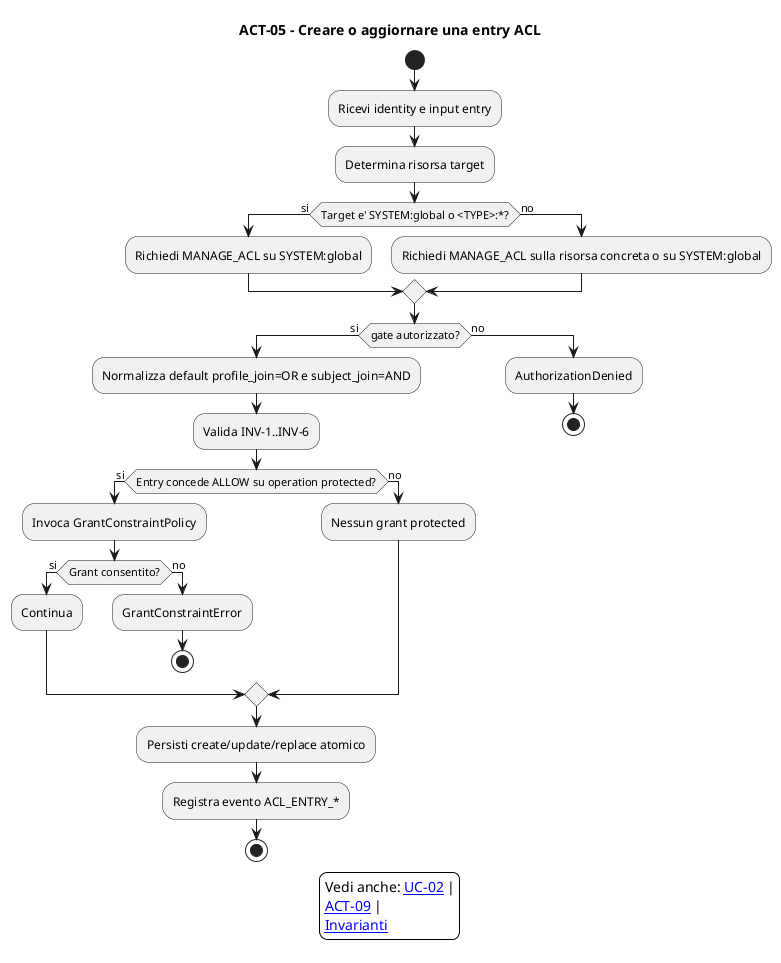
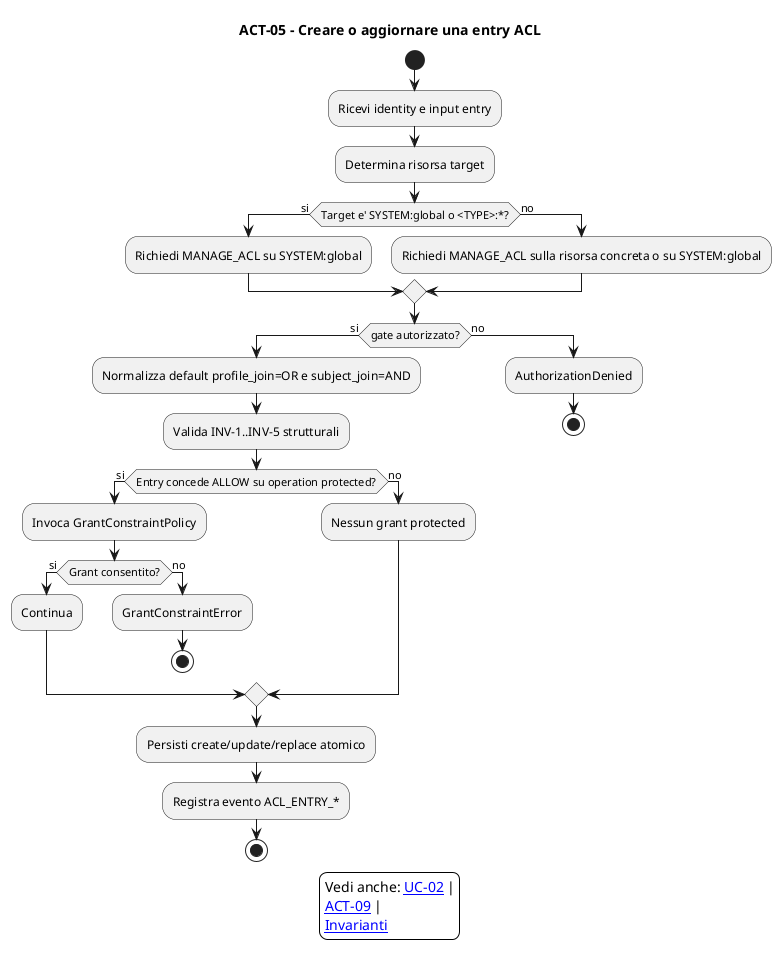
@startuml 05_creazione_entry_acl
' Title: Sistema ACL - 05_creazione_entry_acl
' Author/Licensor: Francesco
' Source: this repository
' License: Creative Commons Attribution-ShareAlike 4.0 International
' License URL: https://creativecommons.org/licenses/by-sa/4.0/
' SPDX-License-Identifier: CC-BY-SA-4.0
!pragma layout smetana
skinparam backgroundColor white
skinparam nodesep 80
skinparam ranksep 80
title ACT-05 - Creare o aggiornare una entry ACL
skinparam shadowing false

start
:Ricevi identity e input entry;
:Determina risorsa target;
if (Target e' SYSTEM:global o <TYPE>:*?) then (si)
  :Richiedi MANAGE_ACL su SYSTEM:global;
else (no)
  :Richiedi MANAGE_ACL sulla risorsa concreta o su SYSTEM:global;
endif
if (gate autorizzato?) then (si)
  :Normalizza default profile_join=OR e subject_join=AND;
-   :Valida INV-1..INV-6;
+   :Valida INV-1..INV-5 strutturali;
  if (Entry concede ALLOW su operation protected?) then (si)
    :Invoca GrantConstraintPolicy;
    if (Grant consentito?) then (si)
      :Continua;
    else (no)
      :GrantConstraintError;
      stop
    endif
  else (no)
    :Nessun grant protected;
  endif
  :Persisti create/update/replace atomico;
  :Registra evento ACL_ENTRY_*;
  stop
else (no)
  :AuthorizationDenied;
  stop
endif

legend
  Vedi anche: [[../use%20case/02_gestire_entry_acl.puml UC-02]] |
  [[09_grant_protetti.puml ACT-09]] |
  [[../classi/04_invarianti_grant.puml Invarianti]]
endlegend
@enduml
